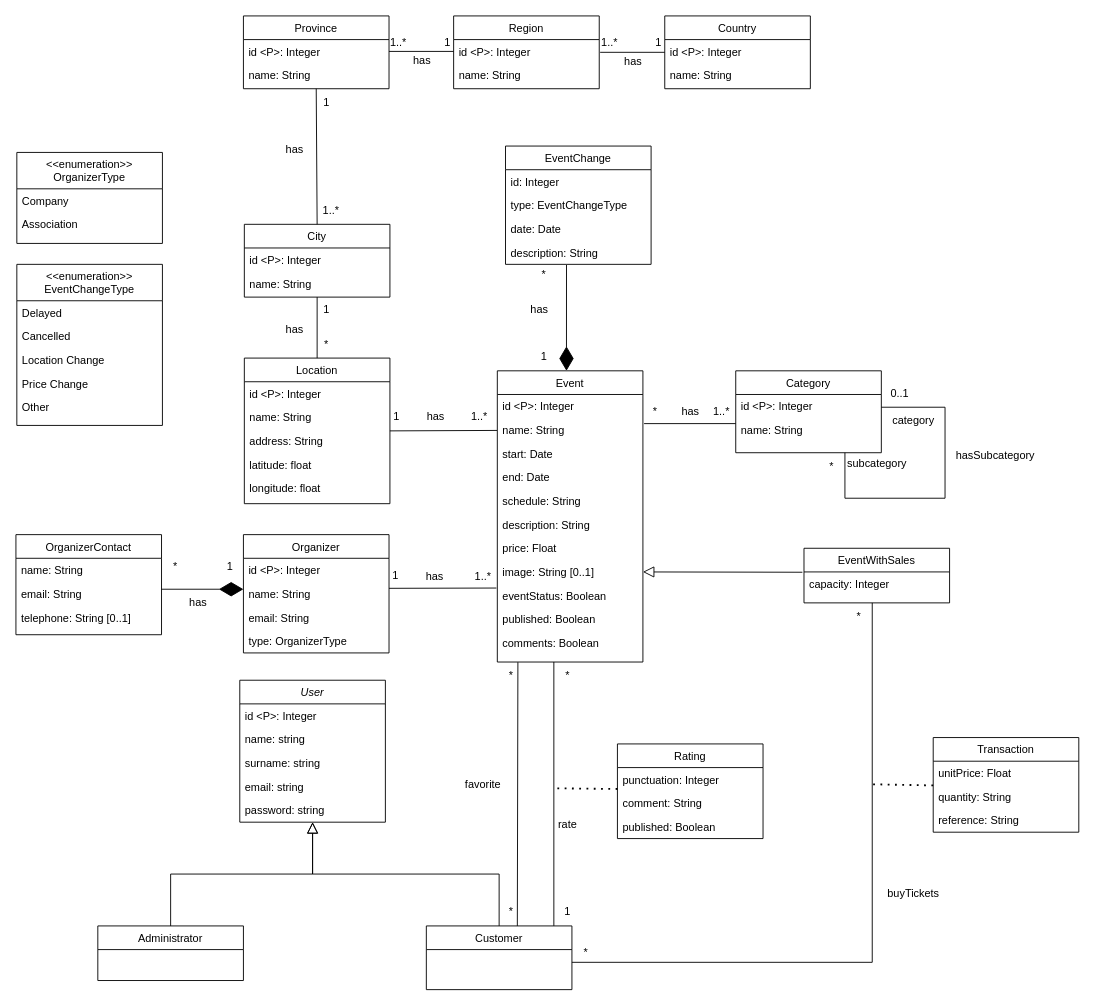
danielpilot/event-database keeps this draw.io diagram as conceptual-diagram.drawio. Above is the earlier version. Source tidied: cells renumbered, new cells numbered last; positions are measured from the earlier drawing's top-left corner, leaving out a move shared by most shapes. Both pictures are drawn from the tidied source at 91%, with x=0, y=0 at pixel (15, 15).
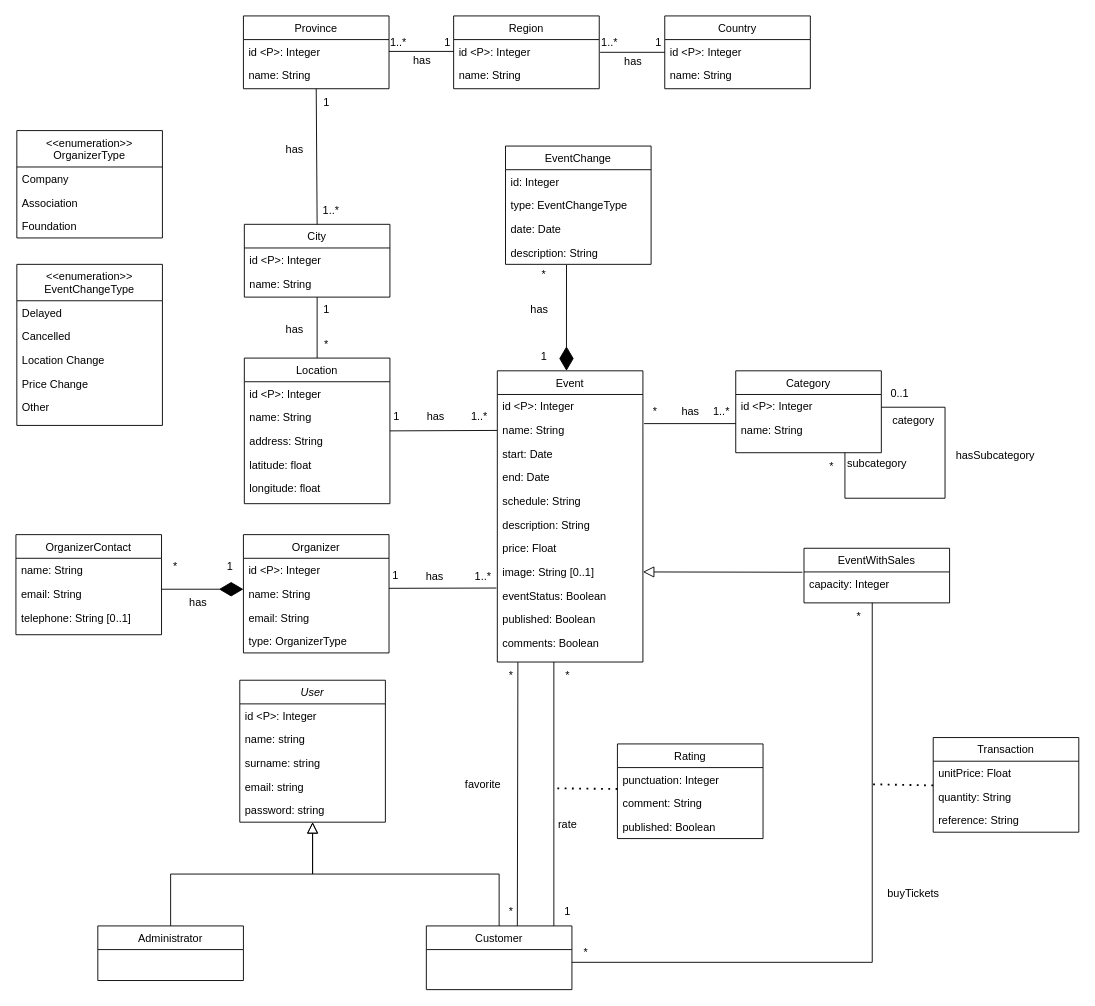
The same diagram, later.

Commit message:
Add foundation to OrganizerType

Diff of the diagram source:
```diff
@@
     <mxCell id="49" value="&lt;&lt;enumeration&gt;&gt;&#10;OrganizerType&#10;" style="swimlane;fontStyle=0;align=center;verticalAlign=top;horizontal=1;startSize=40;rounded=0;shadow=0;strokeWidth=1;" parent="1" vertex="1">
-      <mxGeometry x="1" y="150" width="160" height="100" as="geometry" />
+      <mxGeometry x="1" y="126" width="160" height="118" as="geometry" />
     </mxCell>
@@
+    <mxCell id="139" value="Foundation" style="text;align=left;verticalAlign=top;spacingLeft=4;spacingRight=4;overflow=hidden;rounded=0;shadow=0;html=0;" parent="49" vertex="1">
+      <mxGeometry y="92" width="160" height="26" as="geometry" />
+    </mxCell>
```
